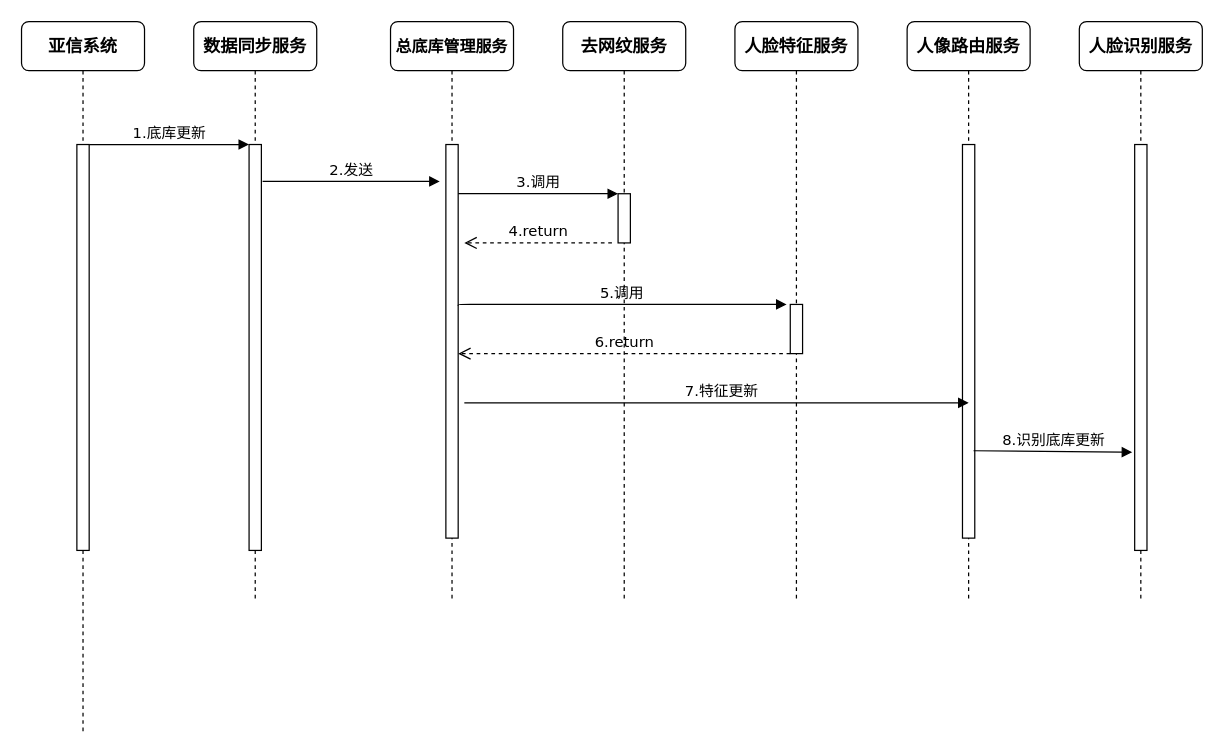
This is page "底库更新" (3 of 4) of 客流分析.drawio from xiaoxinyi/draw-io, a draw.io file, before an edit. Source tidied: cells renumbered, new cells numbered last; positions are measured from the earlier drawing's top-left corner, leaving out a move shared by most shapes. Both pictures are drawn from the tidied source at 123%, with x=0, y=0 at pixel (21, 21).
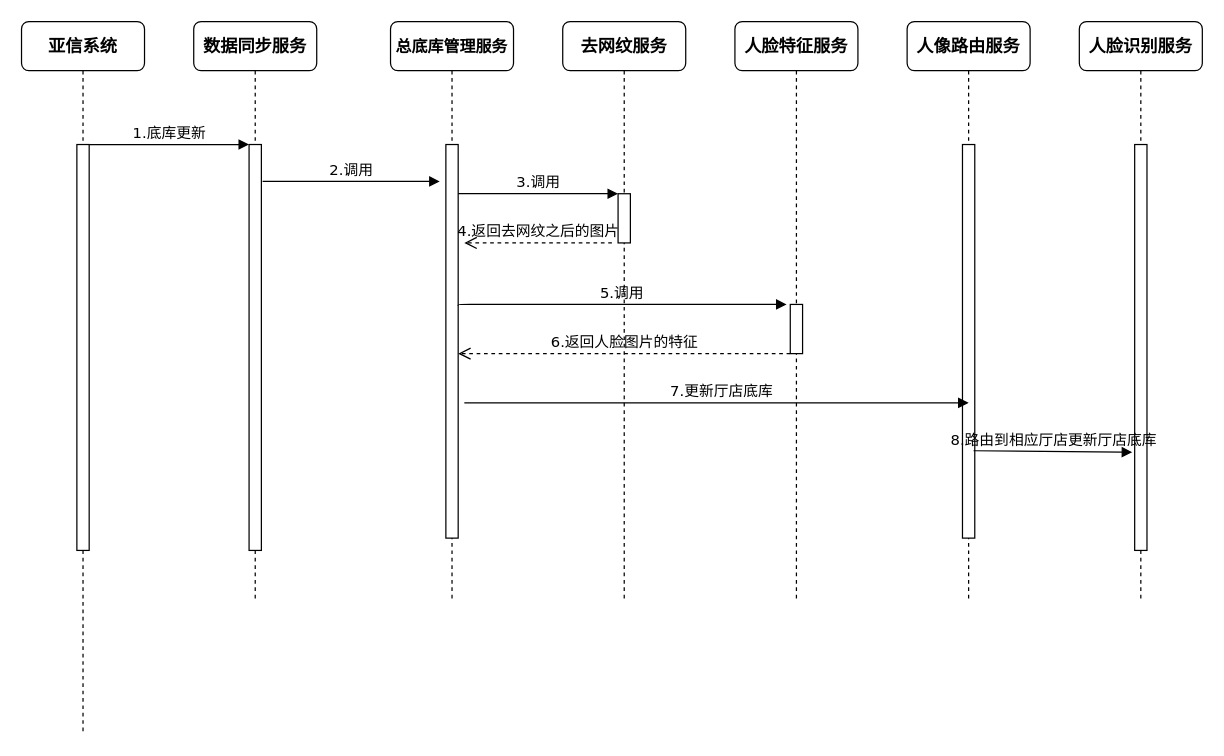
Above is the later version.

The change refers to these unchanged cells:
```xml
<mxCell id="5" style="html=1;points=[];perimeter=orthogonalPerimeter;rounded=0;shadow=0;comic=0;labelBackgroundColor=none;strokeColor=#000000;strokeWidth=1;fillColor=#FFFFFF;fontFamily=Verdana;fontSize=12;fontColor=#000000;align=center;" parent="4" vertex="1">
  <mxGeometry x="45" y="100" width="10" height="320" as="geometry" />
</mxCell>
<mxCell id="8" style="html=1;points=[];perimeter=orthogonalPerimeter;rounded=0;shadow=0;comic=0;labelBackgroundColor=none;strokeColor=#000000;strokeWidth=1;fillColor=#FFFFFF;fontFamily=Verdana;fontSize=12;fontColor=#000000;align=center;" parent="7" vertex="1">
  <mxGeometry x="45" y="230" width="10" height="40" as="geometry" />
</mxCell>
<mxCell id="10" style="html=1;points=[];perimeter=orthogonalPerimeter;rounded=0;shadow=0;comic=0;labelBackgroundColor=none;strokeColor=#000000;strokeWidth=1;fillColor=#FFFFFF;fontFamily=Verdana;fontSize=12;fontColor=#000000;align=center;" parent="9" vertex="1">
  <mxGeometry x="45" y="100" width="10" height="320" as="geometry" />
</mxCell>
<mxCell id="18" style="html=1;points=[];perimeter=orthogonalPerimeter;rounded=0;shadow=0;comic=0;labelBackgroundColor=none;strokeColor=#000000;strokeWidth=1;fillColor=#FFFFFF;fontFamily=Verdana;fontSize=12;fontColor=#000000;align=center;" parent="1" vertex="1">
  <mxGeometry x="905" y="100" width="10" height="330" as="geometry" />
</mxCell>
```

What changed in the source:
```diff
@@
-    <mxCell id="17" value="6.return" style="html=1;verticalAlign=bottom;endArrow=open;dashed=1;endSize=8;labelBackgroundColor=none;fontFamily=Verdana;fontSize=12;edgeStyle=elbowEdgeStyle;elbow=vertical;" parent="1" edge="1" source="8" target="5">
+    <mxCell id="17" value="6.返回人脸图片的特征" style="html=1;verticalAlign=bottom;endArrow=open;dashed=1;endSize=8;labelBackgroundColor=none;fontFamily=Verdana;fontSize=12;edgeStyle=elbowEdgeStyle;elbow=vertical;" parent="1" edge="1" source="8" target="5">
       <mxGeometry relative="1" as="geometry">
         <Array as="points">
           <mxPoint x="540" y="270" />
           <mxPoint x="600" y="180" />
         </Array>
       </mxGeometry>
     </mxCell>
@@
-    <mxCell id="19" value="8.识别底库更新" style="html=1;verticalAlign=bottom;endArrow=block;labelBackgroundColor=none;fontFamily=Verdana;fontSize=12;exitX=0.9;exitY=0.778;exitDx=0;exitDy=0;exitPerimeter=0;entryX=-0.2;entryY=0.758;entryDx=0;entryDy=0;entryPerimeter=0;" parent="1" edge="1" source="10" target="18">
+    <mxCell id="19" value="8.路由到相应厅店更新厅店底库" style="html=1;verticalAlign=bottom;endArrow=block;labelBackgroundColor=none;fontFamily=Verdana;fontSize=12;exitX=0.9;exitY=0.778;exitDx=0;exitDy=0;exitPerimeter=0;entryX=-0.2;entryY=0.758;entryDx=0;entryDy=0;entryPerimeter=0;" parent="1" edge="1" source="10" target="18">
       <mxGeometry relative="1" as="geometry" />
     </mxCell>
-    <mxCell id="20" value="7.特征更新" style="html=1;verticalAlign=bottom;endArrow=block;labelBackgroundColor=none;fontFamily=Verdana;fontSize=12;edgeStyle=elbowEdgeStyle;elbow=vertical;" parent="1" edge="1">
+    <mxCell id="20" value="7.更新厅店底库" style="html=1;verticalAlign=bottom;endArrow=block;labelBackgroundColor=none;fontFamily=Verdana;fontSize=12;edgeStyle=elbowEdgeStyle;elbow=vertical;" parent="1" edge="1">
       <mxGeometry x="0.85" y="-170" relative="1" as="geometry">
         <mxPoint x="360" y="310" as="sourcePoint" />
         <mxPoint x="770" y="310" as="targetPoint" />
         <Array as="points">
           <mxPoint x="410" y="310" />
         </Array>
         <mxPoint x="-170" y="-170" as="offset" />
       </mxGeometry>
     </mxCell>
@@
-    <mxCell id="22" value="2.发送" style="html=1;verticalAlign=bottom;endArrow=block;labelBackgroundColor=none;fontFamily=Verdana;fontSize=12;edgeStyle=elbowEdgeStyle;elbow=vertical;" parent="1" edge="1">
+    <mxCell id="22" value="2.调用" style="html=1;verticalAlign=bottom;endArrow=block;labelBackgroundColor=none;fontFamily=Verdana;fontSize=12;edgeStyle=elbowEdgeStyle;elbow=vertical;" parent="1" edge="1">
       <mxGeometry relative="1" as="geometry">
         <mxPoint x="196" y="130" as="sourcePoint" />
         <mxPoint x="340" y="130" as="targetPoint" />
       </mxGeometry>
     </mxCell>
-    <mxCell id="23" value="4.return" style="html=1;verticalAlign=bottom;endArrow=open;dashed=1;endSize=8;labelBackgroundColor=none;fontFamily=Verdana;fontSize=12;edgeStyle=elbowEdgeStyle;elbow=vertical;" parent="1" edge="1">
+    <mxCell id="23" value="4.返回去网纹之后的图片" style="html=1;verticalAlign=bottom;endArrow=open;dashed=1;endSize=8;labelBackgroundColor=none;fontFamily=Verdana;fontSize=12;edgeStyle=elbowEdgeStyle;elbow=vertical;" parent="1" edge="1">
       <mxGeometry relative="1" as="geometry">
         <mxPoint x="480" y="180" as="sourcePoint" />
         <mxPoint x="360" y="180" as="targetPoint" />
       </mxGeometry>
     </mxCell>
```
